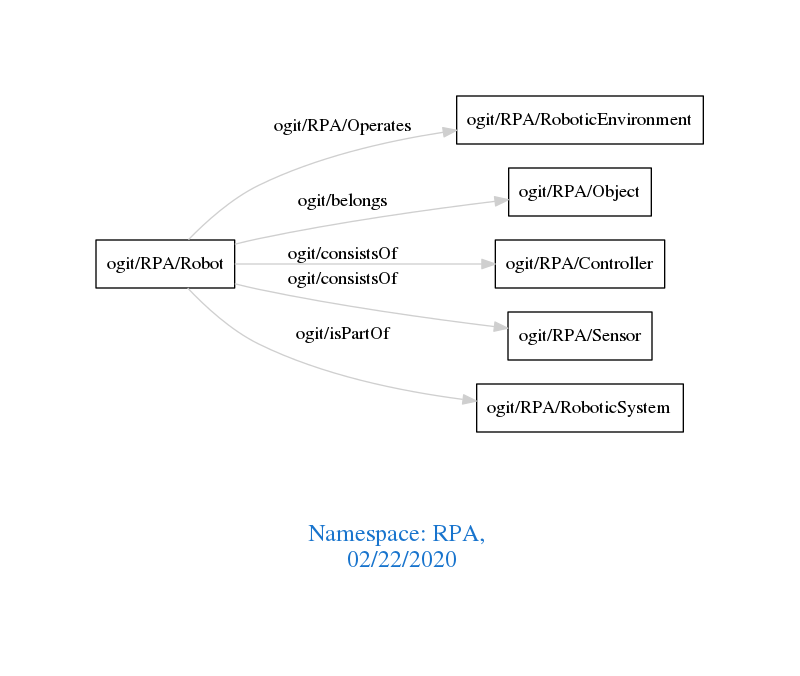
arago/OGIT keeps this Graphviz diagram as downloads/RPA.png. Above is the earlier version. Its source is kept beside it as downloads/RPA.dot. The source it was exported from:
```dot
digraph OGIT_ontology {
 graph [ rankdir= LR,pad=1
fontsize = 18,
fontcolor= dodgerblue3,label = "\n\n\nNamespace: RPA, \n 02/22/2020"];
node[shape=polygon];
edge [  color="gray81"];

   "ogit/RPA/Robot" -> "ogit/RPA/RoboticEnvironment" [label="   ogit/RPA/Operates    "];
   "ogit/RPA/Robot" -> "ogit/RPA/Object" [label="   ogit/belongs    "];
   "ogit/RPA/Robot" -> "ogit/RPA/Controller" [label="   ogit/consistsOf    "];
   "ogit/RPA/Robot" -> "ogit/RPA/Sensor" [label="   ogit/consistsOf    "];
   "ogit/RPA/Robot" -> "ogit/RPA/RoboticSystem" [label="   ogit/isPartOf    "];
}
```
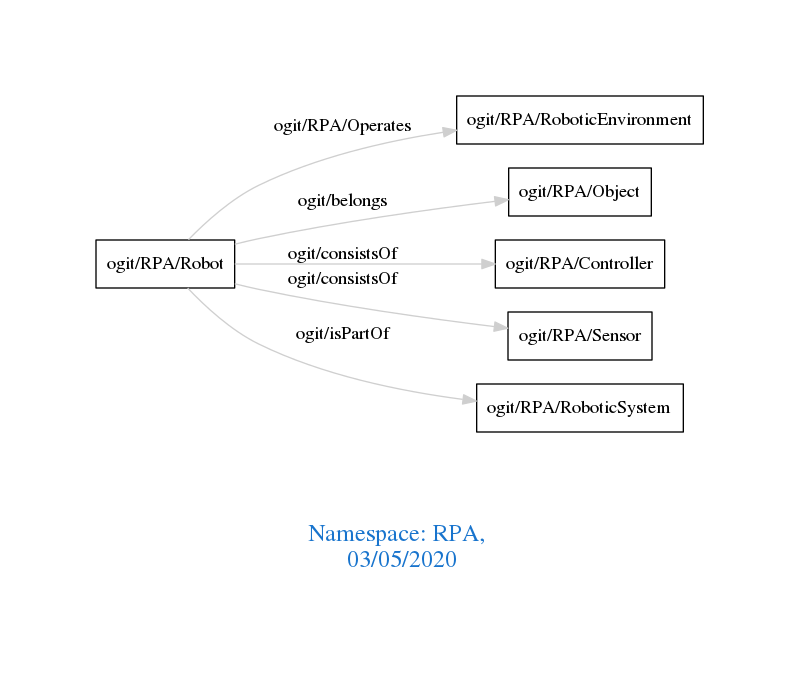
The same diagram one commit later.

What changed in the source:
```diff
@@ -1,7 +1,7 @@
 digraph OGIT_ontology {
  graph [ rankdir= LR,pad=1
 fontsize = 18,
-fontcolor= dodgerblue3,label = "\n\n\nNamespace: RPA, \n 02/22/2020"];
+fontcolor= dodgerblue3,label = "\n\n\nNamespace: RPA, \n 03/05/2020"];
 node[shape=polygon];
 edge [  color="gray81"];
 
```
